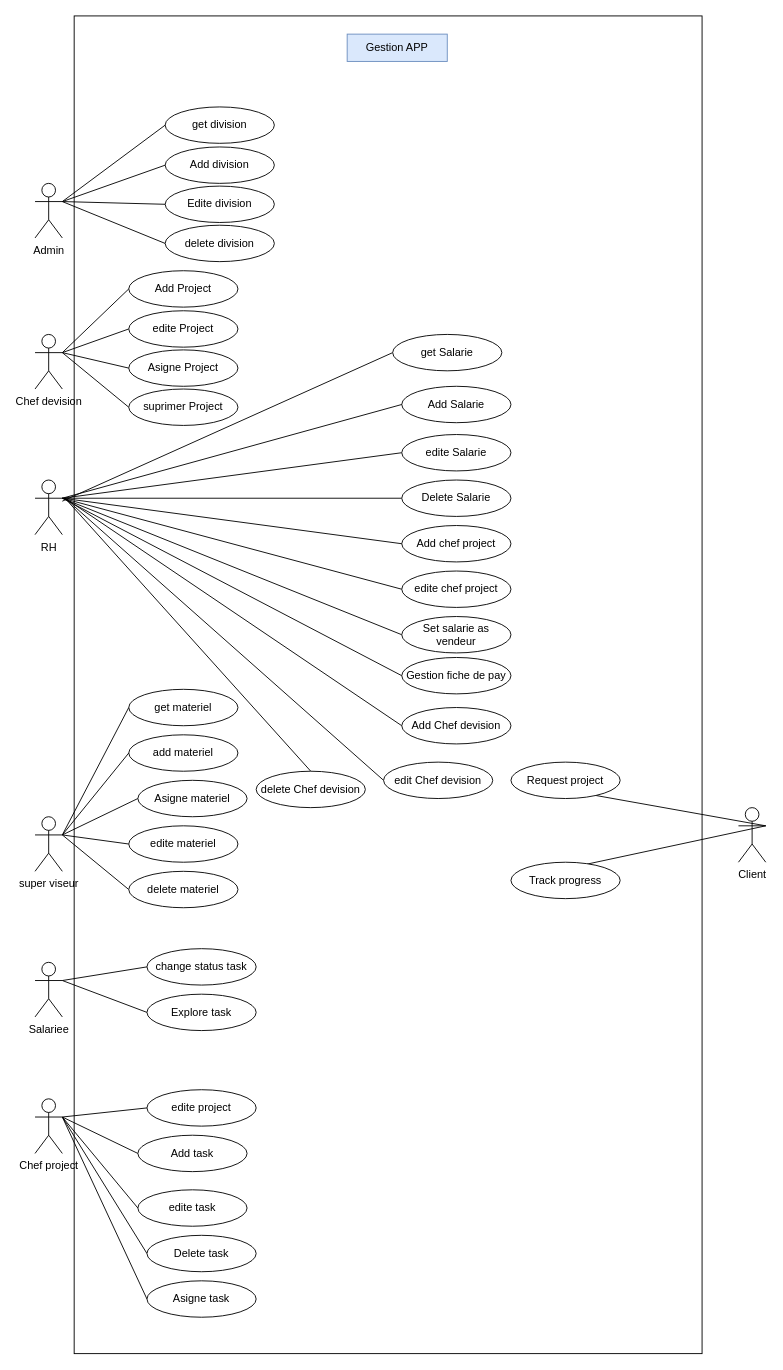
Before: use case Diagramme .drawio in ZroudAbdelilah/Intelcia_Group, a draw.io diagram. Source tidied: cells renumbered, new cells numbered last; positions are measured from the earlier drawing's top-left corner, leaving out a move shared by most shapes. Both pictures are drawn from the tidied source at 91%, with x=0, y=0 at pixel (35, 15).
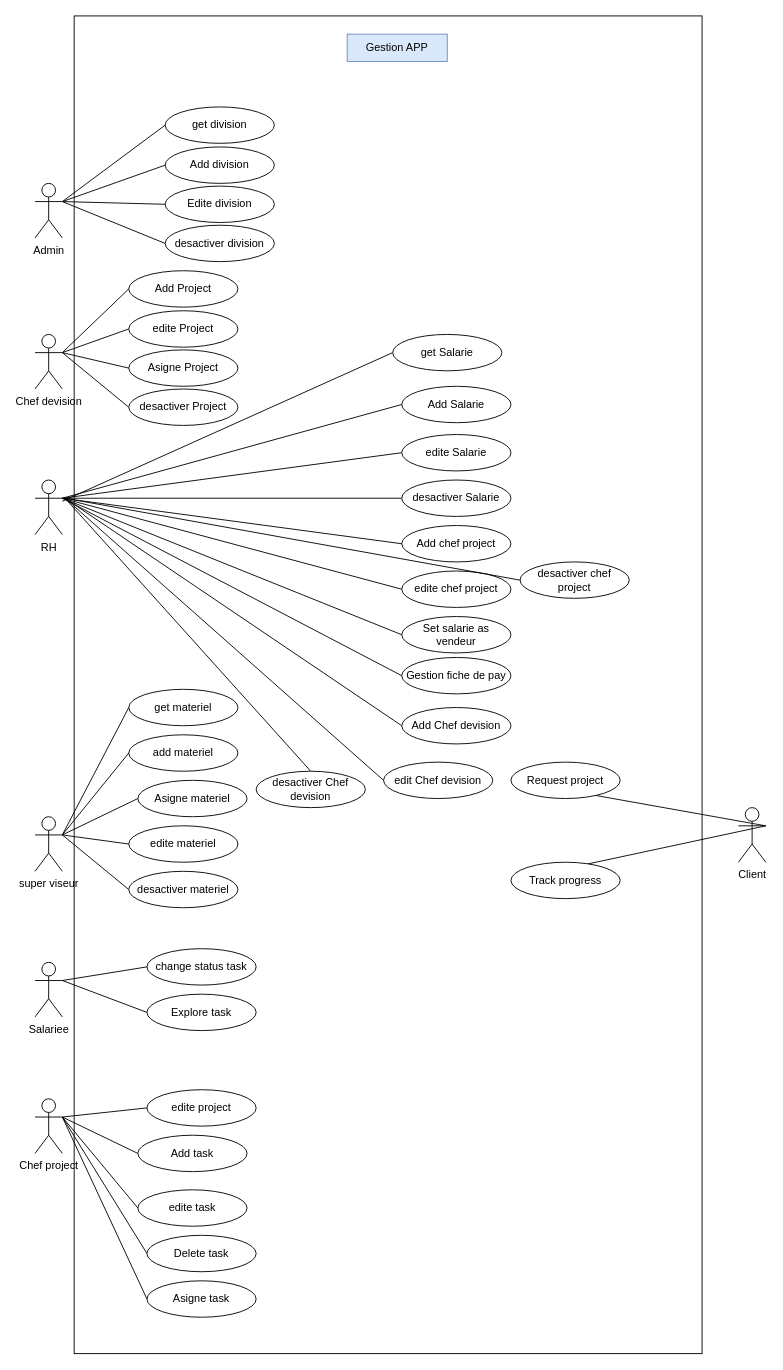
Above is the later version.

Commit message (it also covers changes not shown here):
change delete to desactiver dans le diagramme use case et d'activiter

The edit, as a diff of the source:
```diff
@@
-    <mxCell id="34" value="delete division" style="ellipse;whiteSpace=wrap;html=1;" parent="1" vertex="1">
+    <mxCell id="34" value="desactiver division" style="ellipse;whiteSpace=wrap;html=1;" parent="1" vertex="1">
       <mxGeometry x="143" y="230" width="120" height="40" as="geometry" />
     </mxCell>
@@
-    <mxCell id="51" value="suprimer Project" style="ellipse;whiteSpace=wrap;html=1;" parent="1" vertex="1">
+    <mxCell id="51" value="desactiver Project" style="ellipse;whiteSpace=wrap;html=1;" parent="1" vertex="1">
       <mxGeometry x="103" y="410" width="120" height="40" as="geometry" />
     </mxCell>
@@
-    <mxCell id="60" value="Delete Salarie" style="ellipse;whiteSpace=wrap;html=1;" parent="1" vertex="1">
+    <mxCell id="60" value="desactiver Salarie" style="ellipse;whiteSpace=wrap;html=1;" parent="1" vertex="1">
       <mxGeometry x="403" y="510" width="120" height="40" as="geometry" />
     </mxCell>
@@
-    <mxCell id="66" value="delete materiel" style="ellipse;whiteSpace=wrap;html=1;" parent="1" vertex="1">
+    <mxCell id="66" value="desactiver materiel" style="ellipse;whiteSpace=wrap;html=1;" parent="1" vertex="1">
       <mxGeometry x="103" y="940" width="120" height="40" as="geometry" />
     </mxCell>
@@
-    <mxCell id="73" value="delete Chef devision" style="ellipse;whiteSpace=wrap;html=1;" parent="1" vertex="1">
+    <mxCell id="73" value="desactiver Chef devision" style="ellipse;whiteSpace=wrap;html=1;" parent="1" vertex="1">
       <mxGeometry x="243" y="830" width="120" height="40" as="geometry" />
     </mxCell>
@@
+    <mxCell id="78" value="desactiver chef project" style="ellipse;whiteSpace=wrap;html=1;" parent="1" vertex="1">
+      <mxGeometry x="533" y="600" width="120" height="40" as="geometry" />
+    </mxCell>
+    <mxCell id="79" style="edgeStyle=none;rounded=0;jettySize=auto;html=1;entryX=0;entryY=0.5;entryDx=0;entryDy=0;endArrow=none;endFill=0;" parent="1" edge="1" target="78">
+      <mxGeometry relative="1" as="geometry">
+        <mxPoint x="33" y="530" as="sourcePoint" />
+      </mxGeometry>
+    </mxCell>
```
